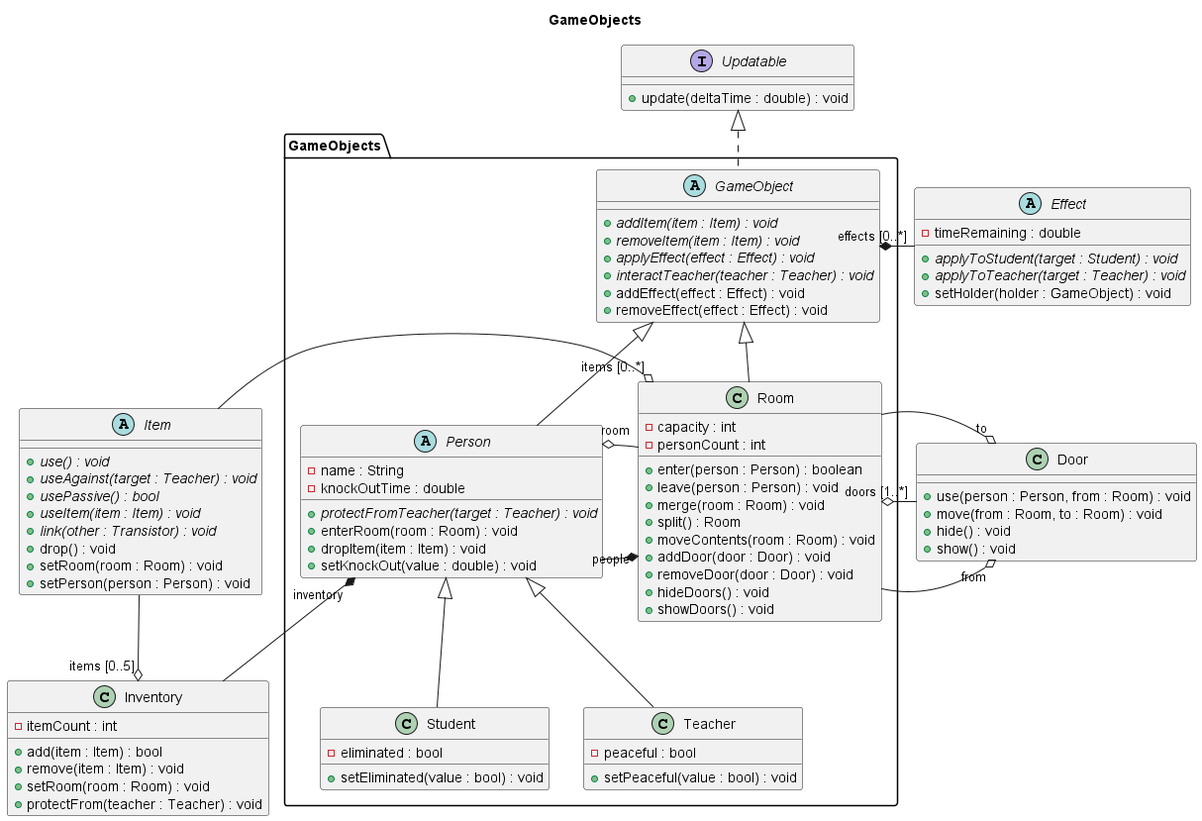
This is docs/img/diagrams/class/game-objects.png from sn4k3ch4rm3r/logarlec, a PlantUML export, as it was before one commit. Source of this version:
```plantuml
@startuml game-objects

title GameObjects

package GameObjects {
	abstract GameObject {
		+ {abstract} addItem(item : Item) : void
		+ {abstract} removeItem(item : Item) : void
		+ {abstract} applyEffect(effect : Effect) : void
		+ {abstract} interactTeacher(teacher : Teacher) : void
		+ addEffect(effect : Effect) : void
		+ removeEffect(effect : Effect) : void
	}

	abstract Person {
		- name : String
		- knockOutTime : double
		+ {abstract} protectFromTeacher(target : Teacher) : void
		+ enterRoom(room : Room) : void
		+ dropItem(item : Item) : void
		+ setKnockOut(value : double) : void
	}

	class Student {
		- eliminated : bool
		+ setEliminated(value : bool) : void
	}
	class Teacher {
		- peaceful : bool
		+ setPeaceful(value : bool) : void
	}

	class Room {
		- capacity : int
		- personCount : int
		+ enter(person : Person) : boolean
		+ leave(person : Person) : void
		+ merge(room : Room) : void
		+ split() : Room
		+ moveContents(room : Room) : void
		+ addDoor(door : Door) : void
		+ removeDoor(door : Door) : void
		+ hideDoors() : void
		+ showDoors() : void
	}

}

interface Updatable {
	+ update(deltaTime : double) : void
}

class Door {
	+ use(person : Person, from : Room) : void
	+ move(from : Room, to : Room) : void
	+ hide() : void
	+ show() : void
}

class Inventory {
	- itemCount : int
	+ add(item : Item) : bool
	+ remove(item : Item) : void
	+ setRoom(room : Room) : void
	+ protectFrom(teacher : Teacher) : void
}

abstract Effect {
	- timeRemaining : double
	+ {abstract} applyToStudent(target : Student) : void
	+ {abstract} applyToTeacher(target : Teacher) : void
	+ setHolder(holder : GameObject) : void
}

abstract Item {
	+ {abstract} use() : void
	+ {abstract} useAgainst(target : Teacher) : void
	+ {abstract} usePassive() : bool
	+ {abstract} useItem(item : Item) : void
	+ {abstract} link(other : Transistor) : void
	+ drop() : void
	+ setRoom(room : Room) : void
	+ setPerson(person : Person) : void
}

Updatable <|.- GameObject
GameObject <|-- Person
GameObject <|-- Room
Person <|-- Teacher
Person <|-- Student

Room "people" *-left- Person
Person "room" o-right- Room
Room "doors [1..*]" o-- Door
Person "inventory" *-- Inventory
Room "items [0..*]" o- Item
GameObject "effects [0..*]" *-left- Effect

Door "from" o- Room
Door "to" o- Room
Inventory "items [0..5]" o-up- Item

@enduml
```
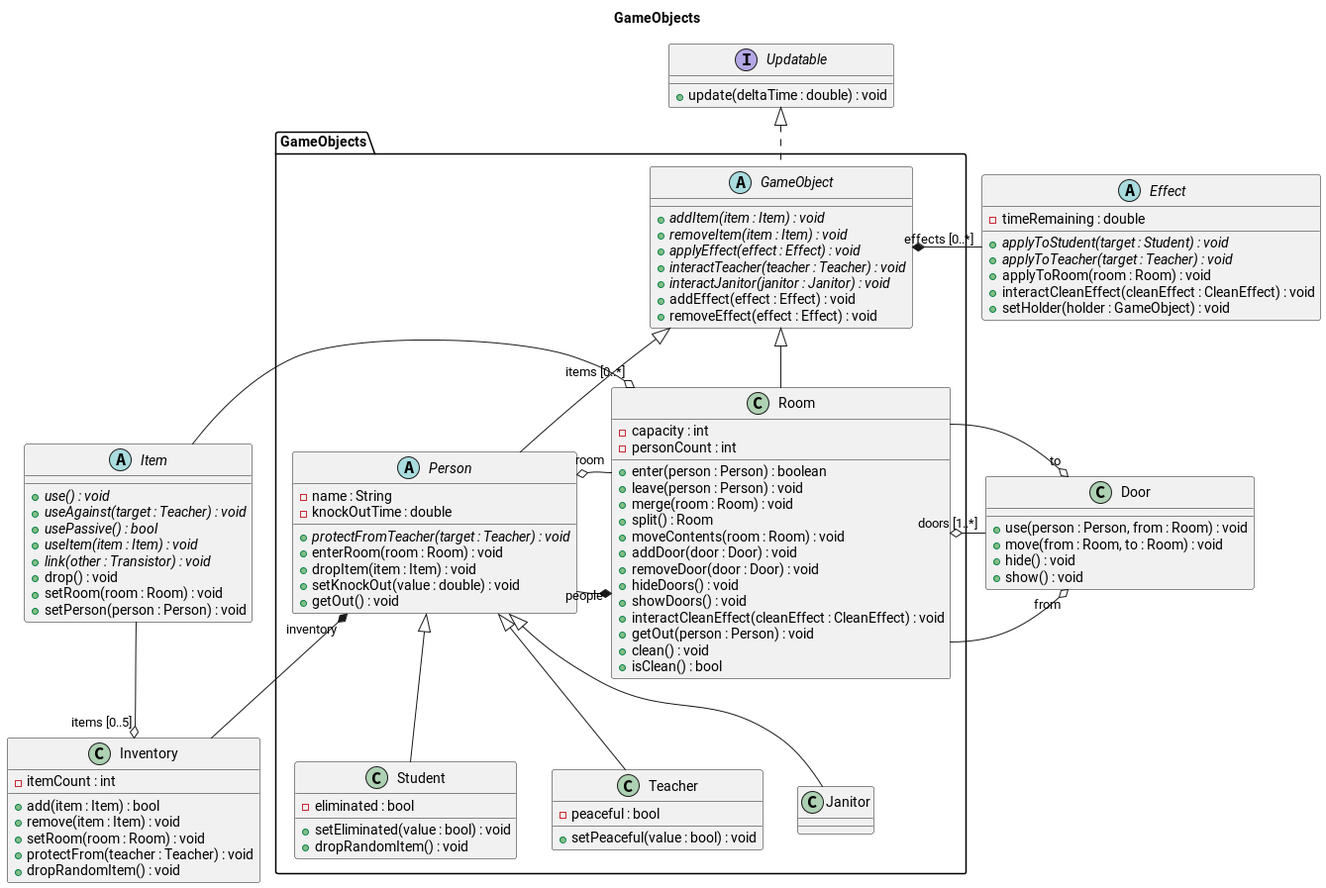
Later version of the same file.

What changed in the source:
```diff
@@ -8,6 +8,7 @@
 		+ {abstract} removeItem(item : Item) : void
 		+ {abstract} applyEffect(effect : Effect) : void
 		+ {abstract} interactTeacher(teacher : Teacher) : void
+		+ {abstract} interactJanitor(janitor : Janitor) : void
 		+ addEffect(effect : Effect) : void
 		+ removeEffect(effect : Effect) : void
 	}
@@ -19,16 +20,20 @@
 		+ enterRoom(room : Room) : void
 		+ dropItem(item : Item) : void
 		+ setKnockOut(value : double) : void
+		+ getOut() : void
 	}
 
 	class Student {
 		- eliminated : bool
 		+ setEliminated(value : bool) : void
+		+ dropRandomItem() : void
 	}
 	class Teacher {
 		- peaceful : bool
 		+ setPeaceful(value : bool) : void
 	}
+
+	class Janitor
 
 	class Room {
 		- capacity : int
@@ -42,6 +47,10 @@
 		+ removeDoor(door : Door) : void
 		+ hideDoors() : void
 		+ showDoors() : void
+		+ interactCleanEffect(cleanEffect : CleanEffect) : void
+		+ getOut(person : Person) : void
+		+ clean() : void
+		+ isClean() : bool
 	}
 
 }
@@ -63,12 +72,15 @@
 	+ remove(item : Item) : void
 	+ setRoom(room : Room) : void
 	+ protectFrom(teacher : Teacher) : void
+	+ dropRandomItem() : void
 }
 
 abstract Effect {
 	- timeRemaining : double
 	+ {abstract} applyToStudent(target : Student) : void
 	+ {abstract} applyToTeacher(target : Teacher) : void
+    + applyToRoom(room : Room) : void
+    + interactCleanEffect(cleanEffect : CleanEffect) : void
 	+ setHolder(holder : GameObject) : void
 }
 
@@ -88,6 +100,7 @@
 GameObject <|-- Room
 Person <|-- Teacher
 Person <|-- Student
+Person <|-- Janitor
 
 Room "people" *-left- Person
 Person "room" o-right- Room
```
